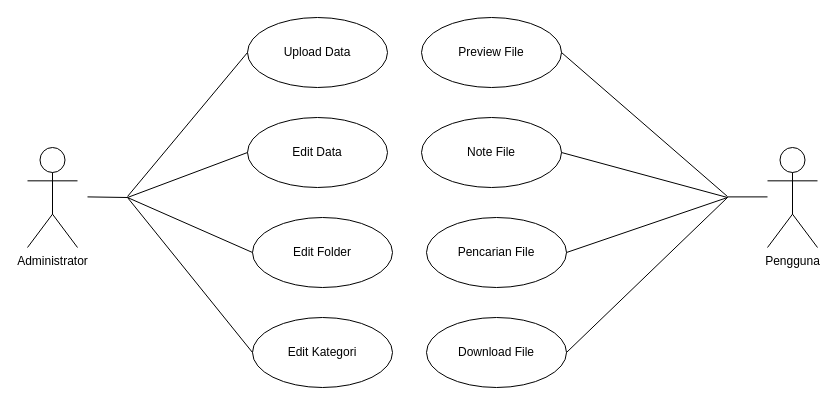
The draw.io diagram use case.drawio in muhamad-bari/buat-contoh, before the edit. Source tidied: cells renumbered, new cells numbered last; positions are measured from the earlier drawing's top-left corner, leaving out a move shared by most shapes. Both pictures are drawn from the tidied source at 100%, with x=0, y=0 at pixel (27, 17).
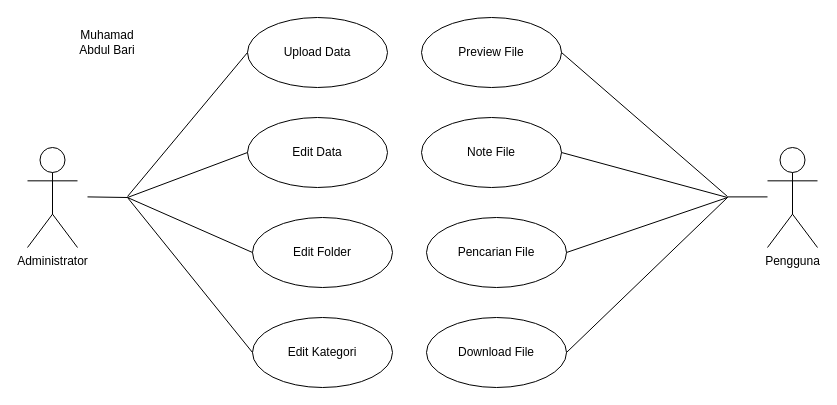
The same diagram, later.

The edit, as a diff of the source:
```diff
@@
+    <mxCell id="22" value="&lt;div&gt;Muhamad Abdul Bari&lt;/div&gt;" style="text;html=1;strokeColor=none;fillColor=none;align=center;verticalAlign=middle;whiteSpace=wrap;rounded=0;" parent="1" vertex="1">
+      <mxGeometry x="50" y="10" width="60" height="30" as="geometry" />
+    </mxCell>
```
